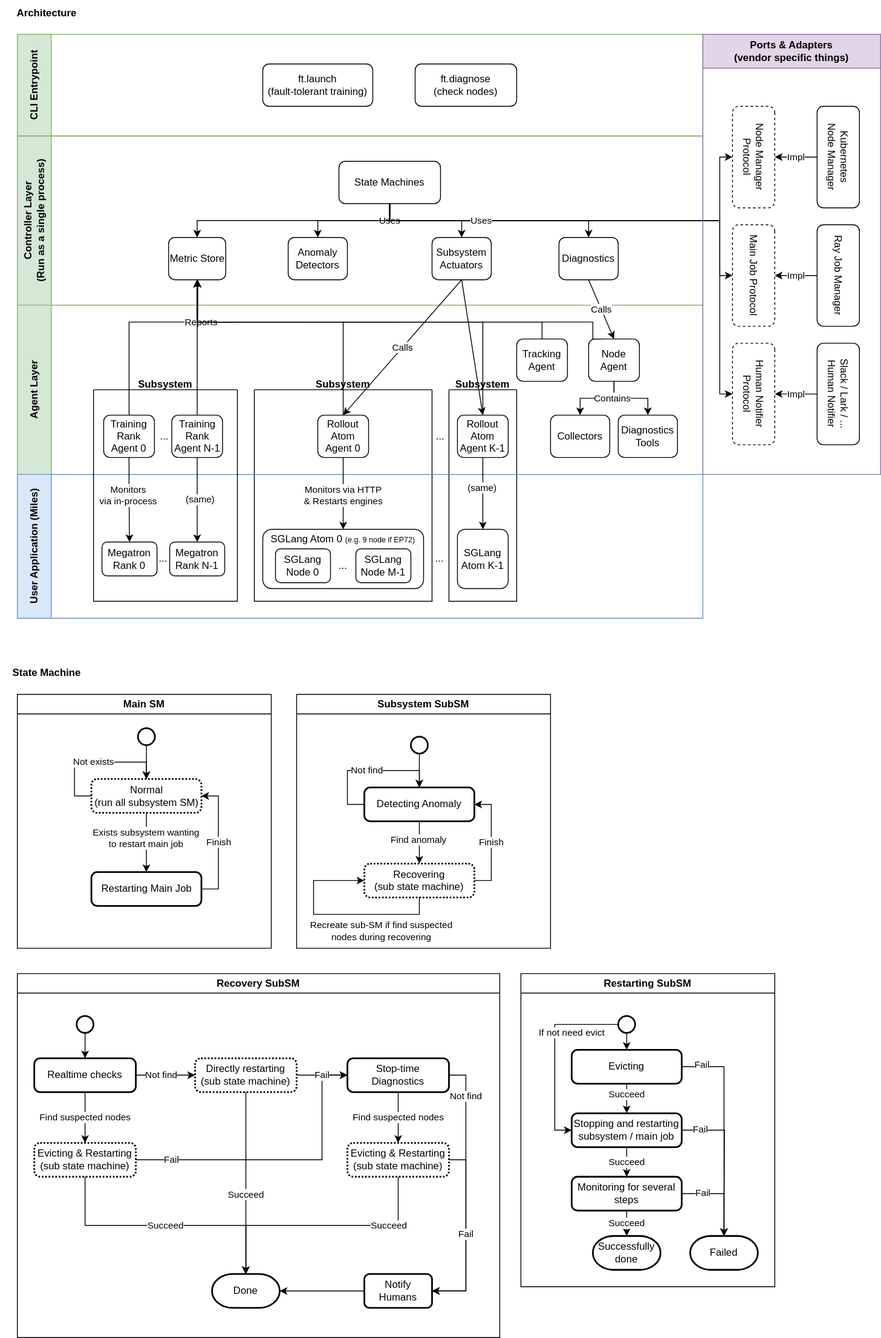
radixark/miles keeps this draw.io diagram as miles/utils/ft/ft_arch.svg. Above is the earlier version. Source tidied: cells renumbered, new cells last; positions are measured from the earlier drawing's top-left corner, leaving out a move shared by most shapes.
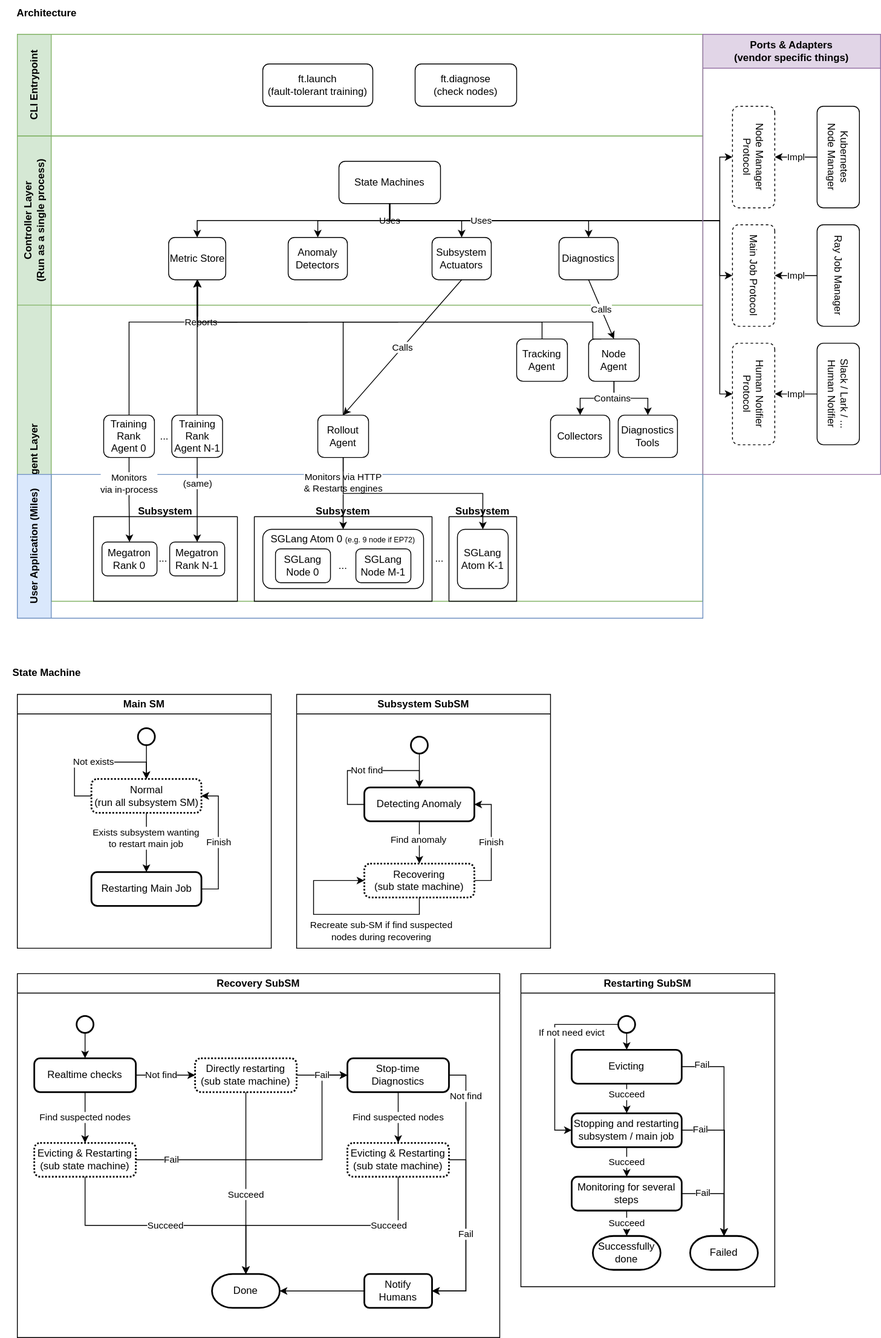
Above is the later version.

The edit, as a diff of the source:
```diff
@@ -39,7 +39,7 @@
       <mxGeometry x="490" y="120" width="70" height="50" as="geometry" />
     </mxCell>
     <mxCell id="14" value="Agent Layer" style="swimlane;horizontal=0;whiteSpace=wrap;html=1;startSize=40;fillColor=#d5e8d4;strokeColor=#82b366;" parent="1" vertex="1">
-      <mxGeometry x="20" y="360" width="810" height="200" as="geometry" />
+      <mxGeometry x="20" y="360" width="810" height="350" as="geometry" />
     </mxCell>
     <mxCell id="15" style="rounded=0;jettySize=auto;html=1;exitX=0.5;exitY=1;exitDx=0;exitDy=0;entryX=0.5;entryY=0;entryDx=0;entryDy=0;edgeStyle=orthogonalEdgeStyle;" parent="14" edge="1" source="16" target="19">
       <mxGeometry relative="1" as="geometry" />
@@ -73,20 +73,14 @@
     <mxCell id="24" value="..." style="text;html=1;strokeColor=none;fillColor=none;align=center;verticalAlign=middle;whiteSpace=wrap;rounded=0;" parent="14" vertex="1">
       <mxGeometry x="162" y="140" width="24" height="30" as="geometry" />
     </mxCell>
-    <mxCell id="25" value="Rollout&lt;br&gt;Atom&lt;br&gt;Agent 0" style="rounded=1;whiteSpace=wrap;html=1;" parent="14" vertex="1">
+    <mxCell id="25" value="Rollout&lt;br&gt;Agent" style="rounded=1;whiteSpace=wrap;html=1;" parent="14" vertex="1">
       <mxGeometry x="355" y="130" width="60" height="50" as="geometry" />
     </mxCell>
-    <mxCell id="26" value="Rollout&lt;br&gt;Atom&lt;br&gt;Agent K-1" style="rounded=1;whiteSpace=wrap;html=1;" parent="14" vertex="1">
-      <mxGeometry x="520" y="130" width="60" height="50" as="geometry" />
-    </mxCell>
-    <mxCell id="27" value="..." style="text;html=1;strokeColor=none;fillColor=none;align=center;verticalAlign=middle;whiteSpace=wrap;rounded=0;" parent="14" vertex="1">
-      <mxGeometry x="488" y="140" width="24" height="30" as="geometry" />
-    </mxCell>
     <mxCell id="28" value="Subsystem&#10;" style="swimlane;startSize=0;" parent="14" vertex="1">
-      <mxGeometry x="280" y="100" width="210" height="250" as="geometry" />
+      <mxGeometry x="280" y="250" width="210" height="100" as="geometry" />
     </mxCell>
     <mxCell id="29" value="Subsystem&#10;" style="swimlane;startSize=0;" parent="14" vertex="1">
-      <mxGeometry x="510" y="100" width="80" height="250" as="geometry" />
+      <mxGeometry x="510" y="250" width="80" height="100" as="geometry" />
     </mxCell>
     <mxCell id="30" style="rounded=0;jettySize=auto;html=1;exitX=0.25;exitY=0;exitDx=0;exitDy=0;entryX=0.5;entryY=1;entryDx=0;entryDy=0;edgeStyle=orthogonalEdgeStyle;" parent="1" edge="1" source="16" target="5">
       <mxGeometry relative="1" as="geometry">
@@ -410,19 +404,23 @@
       <mxGeometry x="520" y="65" width="60" height="70" as="geometry" />
     </mxCell>
     <mxCell id="115" value="Subsystem&#10;" style="swimlane;startSize=0;" parent="104" vertex="1">
-      <mxGeometry x="90" y="-100" width="170" height="250" as="geometry" />
+      <mxGeometry x="90" y="50" width="170" height="100" as="geometry" />
     </mxCell>
     <mxCell id="116" style="edgeStyle=orthogonalEdgeStyle;rounded=0;jettySize=auto;html=1;exitX=0.5;exitY=1;exitDx=0;exitDy=0;entryX=0.5;entryY=0;entryDx=0;entryDy=0;" parent="1" edge="1" source="17" target="105">
       <mxGeometry relative="1" as="geometry" />
     </mxCell>
     <mxCell id="117" value="Monitors&lt;br&gt;via in-process" style="edgeLabel;html=1;align=center;verticalAlign=middle;" parent="116" vertex="1">
-      <mxGeometry x="-0.12" y="-1" relative="1" as="geometry" />
+      <mxGeometry x="-0.12" y="-1" relative="1" as="geometry">
+        <mxPoint x="1" y="-14" as="offset" />
+      </mxGeometry>
     </mxCell>
     <mxCell id="118" style="edgeStyle=orthogonalEdgeStyle;rounded=0;jettySize=auto;html=1;exitX=0.5;exitY=1;exitDx=0;exitDy=0;entryX=0.5;entryY=0;entryDx=0;entryDy=0;" parent="1" edge="1" source="23" target="106">
       <mxGeometry relative="1" as="geometry" />
     </mxCell>
     <mxCell id="119" value="(same)" style="edgeLabel;html=1;align=center;verticalAlign=middle;" parent="118" vertex="1">
-      <mxGeometry x="-0.02" y="3" relative="1" as="geometry" />
+      <mxGeometry x="-0.02" y="3" relative="1" as="geometry">
+        <mxPoint x="-3" y="-19" as="offset" />
+      </mxGeometry>
     </mxCell>
     <mxCell id="120" style="edgeStyle=orthogonalEdgeStyle;rounded=0;jettySize=auto;html=1;exitX=0.5;exitY=0;exitDx=0;exitDy=0;entryX=0.5;entryY=1;entryDx=0;entryDy=0;" parent="1" edge="1" source="23" target="5">
       <mxGeometry relative="1" as="geometry">
@@ -437,7 +435,7 @@
     </mxCell>
     <mxCell id="122" value="Monitors via HTTP&lt;br&gt;&amp;amp; Restarts engines" style="edgeLabel;html=1;align=center;verticalAlign=middle;" parent="121" vertex="1">
       <mxGeometry x="-0.49" y="-1" relative="1" as="geometry">
-        <mxPoint x="1" y="23" as="offset" />
+        <mxPoint x="1" y="8" as="offset" />
       </mxGeometry>
     </mxCell>
     <mxCell id="123" style="edgeStyle=orthogonalEdgeStyle;rounded=0;jettySize=auto;html=1;exitX=0.5;exitY=0;exitDx=0;exitDy=0;entryX=0.5;entryY=1;entryDx=0;entryDy=0;" parent="1" edge="1" source="25" target="5">
@@ -448,26 +446,12 @@
         </Array>
       </mxGeometry>
     </mxCell>
-    <mxCell id="124" style="edgeStyle=orthogonalEdgeStyle;rounded=0;jettySize=auto;html=1;exitX=0.5;exitY=1;exitDx=0;exitDy=0;entryX=0.5;entryY=0;entryDx=0;entryDy=0;" parent="1" edge="1" source="26" target="114">
+    <mxCell id="124" style="edgeStyle=orthogonalEdgeStyle;rounded=0;jettySize=auto;html=1;exitX=0.5;exitY=1;exitDx=0;exitDy=0;entryX=0.5;entryY=0;entryDx=0;entryDy=0;" parent="1" edge="1" source="25" target="114">
       <mxGeometry relative="1" as="geometry" />
     </mxCell>
-    <mxCell id="125" value="(same)" style="edgeLabel;html=1;align=center;verticalAlign=middle;" parent="124" vertex="1">
-      <mxGeometry x="-0.16" y="-1" relative="1" as="geometry" />
-    </mxCell>
-    <mxCell id="126" style="edgeStyle=orthogonalEdgeStyle;rounded=0;jettySize=auto;html=1;exitX=0.5;exitY=0;exitDx=0;exitDy=0;entryX=0.5;entryY=1;entryDx=0;entryDy=0;" parent="1" edge="1" source="26" target="5">
-      <mxGeometry relative="1" as="geometry">
-        <Array as="points">
-          <mxPoint x="550" y="380" />
-          <mxPoint x="360" y="380" />
-        </Array>
-      </mxGeometry>
-    </mxCell>
     <mxCell id="127" value="Calls" style="rounded=0;jettySize=auto;html=1;exitX=0.5;exitY=1;exitDx=0;exitDy=0;entryX=0.5;entryY=0;entryDx=0;entryDy=0;" parent="1" edge="1" source="13" target="25">
       <mxGeometry relative="1" as="geometry" />
     </mxCell>
-    <mxCell id="128" style="rounded=0;jettySize=auto;html=1;exitX=0.5;exitY=1;exitDx=0;exitDy=0;entryX=0.5;entryY=0;entryDx=0;entryDy=0;" parent="1" edge="1" source="13" target="26">
-      <mxGeometry relative="1" as="geometry" />
-    </mxCell>
     <mxCell id="129" style="edgeStyle=orthogonalEdgeStyle;rounded=0;jettySize=auto;html=1;exitX=0.5;exitY=0;exitDx=0;exitDy=0;entryX=0.5;entryY=1;entryDx=0;entryDy=0;" parent="1" edge="1" source="18" target="5">
       <mxGeometry relative="1" as="geometry">
         <Array as="points">
```
